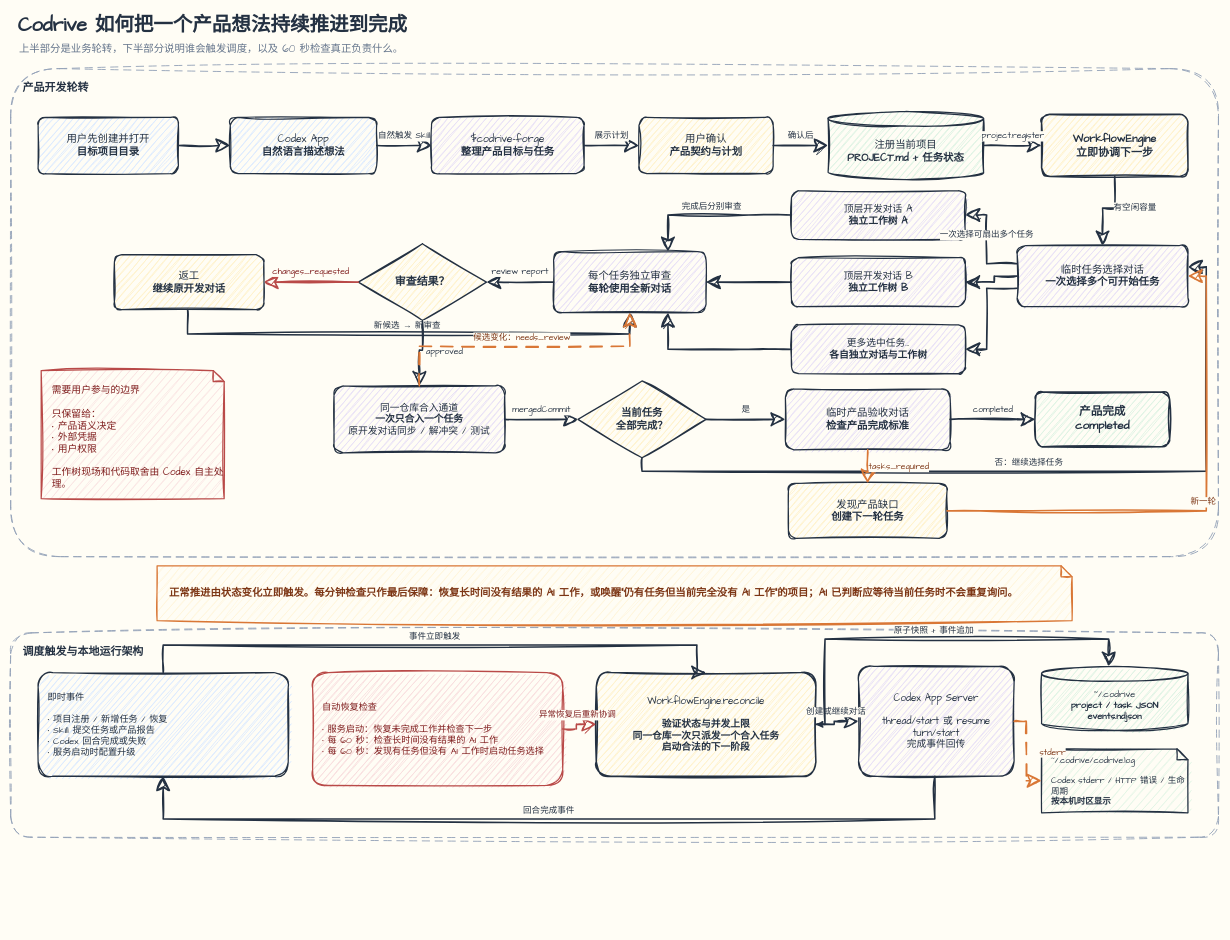
Before: docs/architecture/codrive-orchestration.drawio in lzj960515/codrive, a draw.io diagram. Source tidied: cells renumbered, new cells numbered last; positions are measured from the earlier drawing's top-left corner, leaving out a move shared by most shapes. Both pictures are drawn from the tidied source at 61%, with x=0, y=0 at pixel (10, 10).
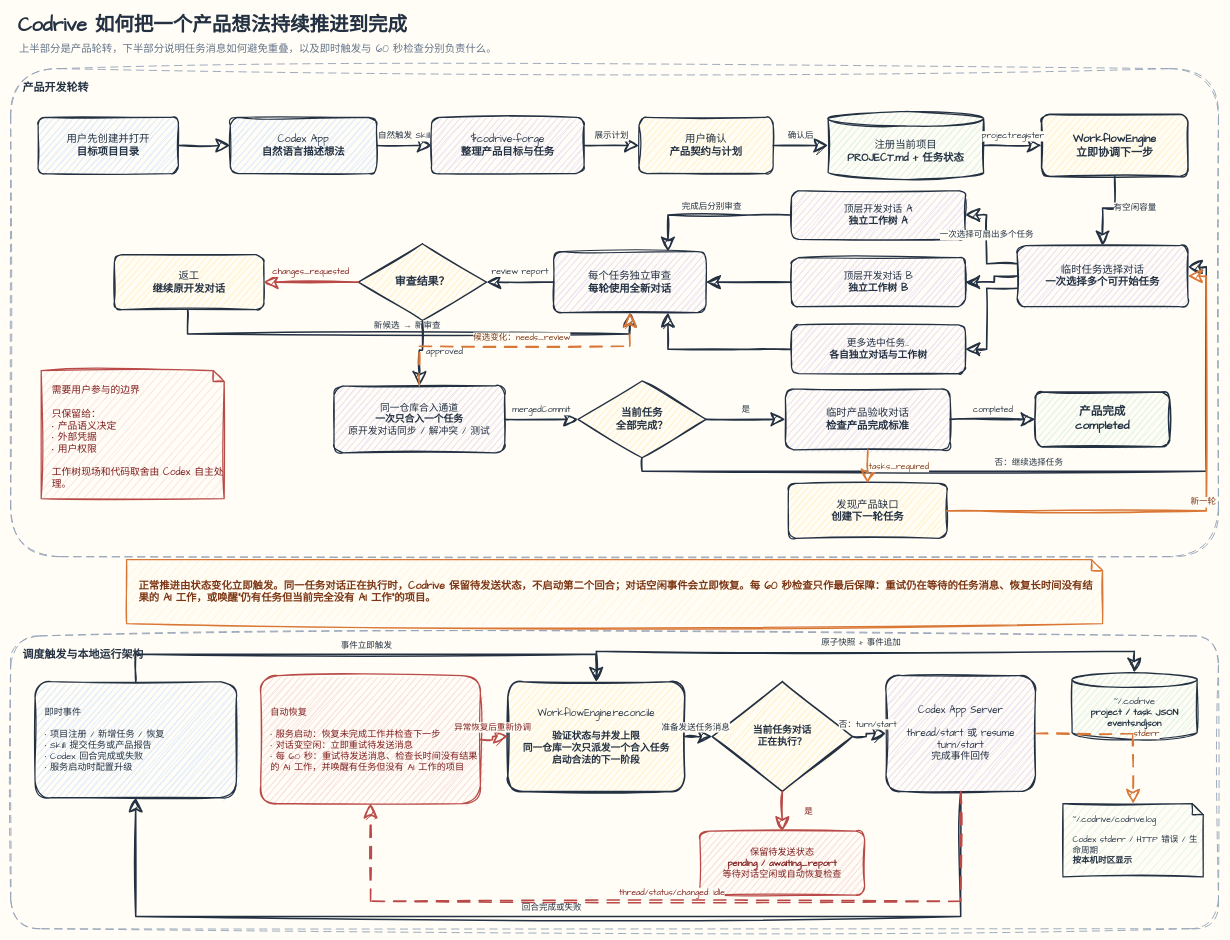
The same page after the edit.

Diff of the diagram source:
```diff
@@
-    <mxCell id="3" value="上半部分是业务轮转，下半部分说明谁会触发调度，以及 60 秒检查真正负责什么。" style="text;html=1;align=left;verticalAlign=middle;whiteSpace=wrap;fontFamily=Chalkboard SE,Comic Sans MS;fontSize=17;fontColor=#64748B;" parent="1" vertex="1">
+    <mxCell id="3" value="上半部分是产品轮转，下半部分说明任务消息如何避免重叠，以及即时触发与 60 秒检查分别负责什么。" style="text;html=1;align=left;verticalAlign=middle;whiteSpace=wrap;fontFamily=Chalkboard SE,Comic Sans MS;fontSize=17;fontColor=#64748B;" parent="1" vertex="1">
       <mxGeometry x="12" y="47" width="1500" height="34" as="geometry" />
     </mxCell>
@@
-    <mxCell id="47" value="正常推进由状态变化立即触发。每分钟检查只作最后保障：恢复长时间没有结果的 AI 工作，或唤醒“仍有任务但当前完全没有 AI 工作”的项目；AI 已判断应等待当前任务时不会重复询问。" style="shape=note;whiteSpace=wrap;html=1;size=18;sketch=1;curveFitting=1;jiggle=2;fillColor=#FFF4D6;strokeColor=#D97736;strokeWidth=2;hachureGap=10;fillWeight=1;fontFamily=Chalkboard SE,Comic Sans MS;fontSize=17;fontStyle=1;fontColor=#7C3514;align=left;spacingLeft=18;" parent="1" vertex="1">
-      <mxGeometry x="240" y="910" width="1500" height="90" as="geometry" />
+    <mxCell id="47" value="正常推进由状态变化立即触发。同一任务对话正在执行时，Codrive 保留待发送状态，不启动第二个回合；对话空闲事件会立即恢复。每 60 秒检查只作最后保障：重试仍在等待的任务消息、恢复长时间没有结果的 AI 工作，或唤醒“仍有任务但当前完全没有 AI 工作”的项目。" style="shape=note;whiteSpace=wrap;html=1;size=18;sketch=1;curveFitting=1;jiggle=2;fillColor=#FFF4D6;strokeColor=#D97736;strokeWidth=2;hachureGap=10;fillWeight=1;fontFamily=Chalkboard SE,Comic Sans MS;fontSize=17;fontStyle=1;fontColor=#7C3514;align=left;spacingLeft=18;" parent="1" vertex="1">
+      <mxGeometry x="190" y="900" width="1600" height="105" as="geometry" />
     </mxCell>
     <mxCell id="48" value="调度触发与本地运行架构" style="rounded=1;whiteSpace=wrap;html=1;arcSize=10;sketch=1;curveFitting=1;jiggle=2;fillColor=none;strokeColor=#94A3B8;strokeWidth=1.5;dashed=1;dashPattern=8 6;fontFamily=Chalkboard SE,Comic Sans MS;fontSize=18;fontStyle=1;fontColor=#243142;verticalAlign=top;align=left;spacingTop=14;spacingLeft=18;" parent="1" vertex="1">
-      <mxGeometry y="1020" width="1980" height="335" as="geometry" />
+      <mxGeometry y="1025" width="1980" height="480" as="geometry" />
     </mxCell>
     <mxCell id="49" value="即时事件&lt;br&gt;&lt;br&gt;• 项目注册 / 新增任务 / 恢复&lt;br&gt;• Skill 提交任务或产品报告&lt;br&gt;• Codex 回合完成或失败&lt;br&gt;• 服务启动时配置升级" style="rounded=1;whiteSpace=wrap;html=1;arcSize=14;sketch=1;curveFitting=1;jiggle=2;fillColor=#DCEBFF;strokeColor=#243142;strokeWidth=2;hachureGap=8;fillWeight=1.5;fontFamily=Chalkboard SE,Comic Sans MS;fontSize=15;fontColor=#243142;align=left;spacingLeft=14;" parent="1" vertex="1">
-      <mxGeometry x="45" y="1085" width="410" height="170" as="geometry" />
+      <mxGeometry x="40" y="1100" width="330" height="190" as="geometry" />
     </mxCell>
-    <mxCell id="50" value="自动恢复检查&lt;br&gt;&lt;br&gt;• 服务启动：恢复未完成工作并检查下一步&lt;br&gt;• 每 60 秒：检查长时间没有结果的 AI 工作&lt;br&gt;• 每 60 秒：发现有任务但没有 AI 工作时启动任务选择" style="rounded=1;whiteSpace=wrap;html=1;arcSize=14;sketch=1;curveFitting=1;jiggle=2;fillColor=#F9DFDF;strokeColor=#B94A48;strokeWidth=2;hachureGap=8;fillWeight=1.5;fontFamily=Chalkboard SE,Comic Sans MS;fontSize=15;fontColor=#7F1D1D;align=left;spacingLeft=14;" parent="1" vertex="1">
-      <mxGeometry x="495" y="1085" width="410" height="185" as="geometry" />
+    <mxCell id="50" value="自动恢复&lt;br&gt;&lt;br&gt;• 服务启动：恢复未完成工作并检查下一步&lt;br&gt;• 对话变空闲：立即重试待发送消息&lt;br&gt;• 每 60 秒：重试待发送消息、检查长时间没有结果的 AI 工作，并唤醒有任务但没有 AI 工作的项目" style="rounded=1;whiteSpace=wrap;html=1;arcSize=14;sketch=1;curveFitting=1;jiggle=2;fillColor=#F9DFDF;strokeColor=#B94A48;strokeWidth=2;hachureGap=8;fillWeight=1.5;fontFamily=Chalkboard SE,Comic Sans MS;fontSize=15;fontColor=#7F1D1D;align=left;spacingLeft=14;" parent="1" vertex="1">
+      <mxGeometry x="410" y="1090" width="360" height="210" as="geometry" />
     </mxCell>
     <mxCell id="51" value="WorkflowEngine.reconcile&lt;br&gt;&lt;br&gt;&lt;b&gt;验证状态与并发上限&lt;br&gt;同一仓库一次只派发一个合入任务&lt;br&gt;启动合法的下一阶段&lt;/b&gt;" style="rounded=1;whiteSpace=wrap;html=1;arcSize=14;sketch=1;curveFitting=1;jiggle=2;fillColor=#FFF2CC;strokeColor=#243142;strokeWidth=2.5;hachureGap=8;fillWeight=1.5;fontFamily=Chalkboard SE,Comic Sans MS;fontSize=16;fontColor=#243142;" parent="1" vertex="1">
-      <mxGeometry x="960" y="1085" width="360" height="170" as="geometry" />
+      <mxGeometry x="815" y="1100" width="290" height="180" as="geometry" />
     </mxCell>
+    <mxCell id="61" value="当前任务对话&lt;br&gt;正在执行？" style="rhombus;whiteSpace=wrap;html=1;sketch=1;curveFitting=1;jiggle=2;fillColor=#FFF2CC;strokeColor=#243142;strokeWidth=2.5;hachureGap=8;fillWeight=1.5;fontFamily=Chalkboard SE,Comic Sans MS;fontSize=16;fontStyle=1;fontColor=#243142;" parent="1" vertex="1">
+      <mxGeometry x="1150" y="1100" width="230" height="180" as="geometry" />
+    </mxCell>
+    <mxCell id="62" value="保留待发送状态&lt;br&gt;&lt;b&gt;pending / awaiting_report&lt;/b&gt;&lt;br&gt;等待对话空闲或自动恢复检查" style="rounded=1;whiteSpace=wrap;html=1;arcSize=14;sketch=1;curveFitting=1;jiggle=2;fillColor=#F9DFDF;strokeColor=#B94A48;strokeWidth=2;hachureGap=8;fillWeight=1.5;fontFamily=Chalkboard SE,Comic Sans MS;fontSize=15;fontColor=#7F1D1D;" parent="1" vertex="1">
+      <mxGeometry x="1130" y="1345" width="270" height="105" as="geometry" />
+    </mxCell>
     <mxCell id="52" value="Codex App Server&lt;br&gt;&lt;br&gt;thread/start 或 resume&lt;br&gt;turn/start&lt;br&gt;完成事件回传" style="rounded=1;whiteSpace=wrap;html=1;arcSize=14;sketch=1;curveFitting=1;jiggle=2;fillColor=#E9E1F7;strokeColor=#243142;strokeWidth=2;hachureGap=8;fillWeight=1.5;fontFamily=Chalkboard SE,Comic Sans MS;fontSize=16;fontColor=#243142;" parent="1" vertex="1">
-      <mxGeometry x="1390" y="1075" width="255" height="180" as="geometry" />
+      <mxGeometry x="1435" y="1090" width="245" height="190" as="geometry" />
     </mxCell>
     <mxCell id="53" value="~/.codrive&lt;br&gt;&lt;b&gt;project / task JSON&lt;br&gt;events.ndjson&lt;/b&gt;" style="shape=cylinder3;whiteSpace=wrap;html=1;boundedLbl=1;backgroundOutline=1;size=12;sketch=1;curveFitting=1;jiggle=2;fillColor=#DFF3E4;strokeColor=#243142;strokeWidth=2;hachureGap=8;fillWeight=1.5;fontFamily=Chalkboard SE,Comic Sans MS;fontSize=15;fontColor=#243142;" parent="1" vertex="1">
-      <mxGeometry x="1690" y="1075" width="240" height="105" as="geometry" />
+      <mxGeometry x="1740" y="1085" width="205" height="110" as="geometry" />
     </mxCell>
     <mxCell id="54" value="~/.codrive/codrive.log&lt;br&gt;&lt;br&gt;Codex stderr / HTTP 错误 / 生命周期&lt;br&gt;&lt;b&gt;按本机时区显示&lt;/b&gt;" style="shape=note;whiteSpace=wrap;html=1;size=18;sketch=1;curveFitting=1;jiggle=2;fillColor=#DFF3E4;strokeColor=#243142;strokeWidth=2;hachureGap=10;fillWeight=1;fontFamily=Chalkboard SE,Comic Sans MS;fontSize=14;fontColor=#243142;align=left;spacingLeft=14;" parent="1" vertex="1">
-      <mxGeometry x="1690" y="1210" width="240" height="105" as="geometry" />
+      <mxGeometry x="1725" y="1300" width="230" height="120" as="geometry" />
     </mxCell>
     <mxCell id="55" value="事件立即触发" style="edgeStyle=orthogonalEdgeStyle;rounded=0;jettySize=auto;html=1;sketch=1;curveFitting=1;jiggle=2;strokeColor=#243142;strokeWidth=2.5;endArrow=classic;endFill=1;endSize=18;fontFamily=Chalkboard SE,Comic Sans MS;fontSize=14;fontColor=#243142;labelBackgroundColor=#FFFDF5;exitX=0.5;exitY=0;exitDx=0;exitDy=0;entryX=0.5;entryY=0;entryDx=0;entryDy=0;" parent="1" edge="1" source="49" target="51">
       <mxGeometry relative="1" as="geometry">
         <Array as="points">
-          <mxPoint x="250" y="1040" />
-          <mxPoint x="1125" y="1040" />
+          <mxPoint x="205" y="1055" />
+          <mxPoint x="960" y="1055" />
         </Array>
         <mxPoint y="-14" as="offset" />
       </mxGeometry>
     </mxCell>
@@
-    <mxCell id="57" value="创建或继续对话" style="edgeStyle=orthogonalEdgeStyle;rounded=0;jettySize=auto;html=1;sketch=1;curveFitting=1;jiggle=2;strokeColor=#243142;strokeWidth=2.5;endArrow=classic;endFill=1;endSize=18;fontFamily=Chalkboard SE,Comic Sans MS;fontSize=14;fontColor=#243142;labelBackgroundColor=#FFFDF5;" parent="1" edge="1" source="51" target="52">
-      <mxGeometry y="-1" relative="1" as="geometry">
-        <mxPoint y="-16" as="offset" />
-      </mxGeometry>
-    </mxCell>
+    <mxCell id="63" value="准备发送任务消息" style="edgeStyle=orthogonalEdgeStyle;rounded=0;jettySize=auto;html=1;sketch=1;curveFitting=1;jiggle=2;strokeColor=#243142;strokeWidth=2.5;endArrow=classic;endFill=1;endSize=18;fontFamily=Chalkboard SE,Comic Sans MS;fontSize=14;fontColor=#243142;labelBackgroundColor=#FFFDF5;" parent="1" edge="1" source="51" target="61">
+      <mxGeometry y="-1" relative="1" as="geometry">
+        <mxPoint y="-16" as="offset" />
+      </mxGeometry>
+    </mxCell>
+    <mxCell id="64" value="否：turn/start" style="edgeStyle=orthogonalEdgeStyle;rounded=0;jettySize=auto;html=1;sketch=1;curveFitting=1;jiggle=2;strokeColor=#243142;strokeWidth=2.5;endArrow=classic;endFill=1;endSize=18;fontFamily=Chalkboard SE,Comic Sans MS;fontSize=14;fontColor=#243142;labelBackgroundColor=#FFFDF5;" parent="1" edge="1" source="61" target="52">
+      <mxGeometry y="-1" relative="1" as="geometry">
+        <mxPoint y="-16" as="offset" />
+      </mxGeometry>
+    </mxCell>
+    <mxCell id="65" value="是" style="edgeStyle=orthogonalEdgeStyle;rounded=0;jettySize=auto;html=1;sketch=1;curveFitting=1;jiggle=2;strokeColor=#B94A48;strokeWidth=2.5;endArrow=classic;endFill=1;endSize=18;fontFamily=Chalkboard SE,Comic Sans MS;fontSize=14;fontColor=#7F1D1D;labelBackgroundColor=#FFFDF5;" parent="1" edge="1" source="61" target="62">
+      <mxGeometry y="-1" relative="1" as="geometry">
+        <mxPoint x="44" as="offset" />
+      </mxGeometry>
+    </mxCell>
-    <mxCell id="58" value="回合完成事件" style="edgeStyle=orthogonalEdgeStyle;rounded=0;jettySize=auto;html=1;sketch=1;curveFitting=1;jiggle=2;strokeColor=#243142;strokeWidth=2.5;endArrow=classic;endFill=1;endSize=18;fontFamily=Chalkboard SE,Comic Sans MS;fontSize=14;fontColor=#243142;labelBackgroundColor=#FFFDF5;" parent="1" edge="1" source="52" target="49">
+    <mxCell id="58" value="回合完成或失败" style="edgeStyle=orthogonalEdgeStyle;rounded=0;jettySize=auto;html=1;sketch=1;curveFitting=1;jiggle=2;strokeColor=#243142;strokeWidth=2.5;endArrow=classic;endFill=1;endSize=18;fontFamily=Chalkboard SE,Comic Sans MS;fontSize=14;fontColor=#243142;labelBackgroundColor=#FFFDF5;" parent="1" edge="1" source="52" target="49">
       <mxGeometry relative="1" as="geometry">
         <Array as="points">
-          <mxPoint x="1515" y="1325" />
-          <mxPoint x="250" y="1325" />
+          <mxPoint x="1558" y="1485" />
+          <mxPoint x="205" y="1485" />
         </Array>
         <mxPoint y="-14" as="offset" />
       </mxGeometry>
     </mxCell>
+    <mxCell id="66" value="thread/status/changed: idle" style="edgeStyle=orthogonalEdgeStyle;rounded=0;jettySize=auto;html=1;sketch=1;curveFitting=1;jiggle=2;strokeColor=#B94A48;strokeWidth=2.5;endArrow=classic;endFill=1;endSize=18;dashed=1;dashPattern=8 6;fontFamily=Chalkboard SE,Comic Sans MS;fontSize=14;fontColor=#7F1D1D;labelBackgroundColor=#FFFDF5;" parent="1" edge="1" source="52" target="50">
+      <mxGeometry relative="1" as="geometry">
+        <Array as="points">
+          <mxPoint x="1558" y="1460" />
+          <mxPoint x="590" y="1460" />
+        </Array>
+        <mxPoint y="-14" as="offset" />
+      </mxGeometry>
+    </mxCell>
     <mxCell id="59" value="原子快照 + 事件追加" style="edgeStyle=orthogonalEdgeStyle;rounded=0;jettySize=auto;html=1;sketch=1;curveFitting=1;jiggle=2;strokeColor=#243142;strokeWidth=2.5;startArrow=classic;startFill=1;endArrow=classic;endFill=1;endSize=18;fontFamily=Chalkboard SE,Comic Sans MS;fontSize=14;fontColor=#243142;labelBackgroundColor=#FFFDF5;" parent="1" edge="1" source="51" target="53">
       <mxGeometry relative="1" as="geometry">
         <Array as="points">
-          <mxPoint x="1335" y="1030" />
-          <mxPoint x="1800" y="1030" />
+          <mxPoint x="960" y="1050" />
+          <mxPoint x="1842" y="1050" />
         </Array>
         <mxPoint y="-14" as="offset" />
       </mxGeometry>
     </mxCell>
```
